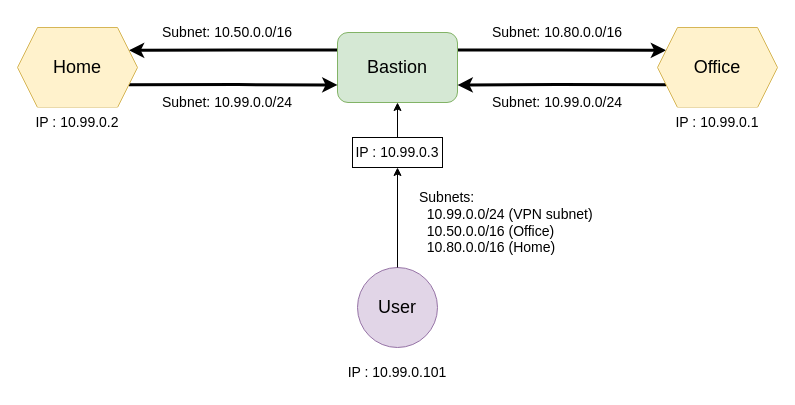
Earlier version of the draw.io diagram images/wireguard-subnet.drawio (awkto/HowTos). Source tidied: cells renumbered, new cells numbered last; positions are measured from the earlier drawing's top-left corner, leaving out a move shared by most shapes. Both pictures are drawn from the tidied source at 100%, with x=0, y=0 at pixel (17, 17).
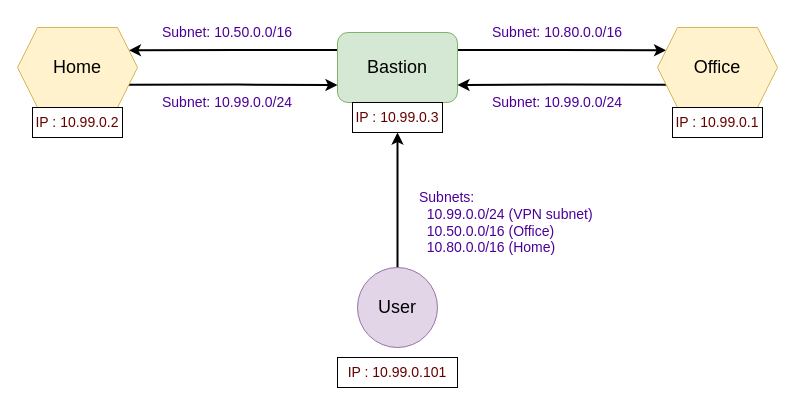
The same diagram, later.

Unchanged cells that the change refers to:
```xml
<mxCell id="4" value="Bastion" style="rounded=1;whiteSpace=wrap;html=1;fontSize=18;fillColor=#d5e8d4;strokeColor=#82b366;" parent="1" vertex="1">
  <mxGeometry x="320" y="15" width="120" height="70" as="geometry" />
</mxCell>
<mxCell id="6" value="Office" style="shape=hexagon;perimeter=hexagonPerimeter2;whiteSpace=wrap;html=1;fixedSize=1;fontSize=18;fillColor=#fff2cc;strokeColor=#d6b656;" parent="1" vertex="1">
  <mxGeometry x="640" y="10" width="120" height="80" as="geometry" />
</mxCell>
<mxCell id="8" value="Home" style="shape=hexagon;perimeter=hexagonPerimeter2;whiteSpace=wrap;html=1;fixedSize=1;fontSize=18;fillColor=#fff2cc;strokeColor=#d6b656;" parent="1" vertex="1">
  <mxGeometry y="10" width="120" height="80" as="geometry" />
</mxCell>
<mxCell id="10" value="User" style="ellipse;whiteSpace=wrap;html=1;fontSize=18;fillColor=#e1d5e7;strokeColor=#9673a6;" parent="1" vertex="1">
  <mxGeometry x="340" y="250" width="80" height="80" as="geometry" />
</mxCell>
```

What changed in the source:
```diff
@@
-    <mxCell id="2" style="edgeStyle=orthogonalEdgeStyle;rounded=0;jettySize=auto;html=1;entryX=1;entryY=0.25;entryDx=0;entryDy=0;strokeWidth=3;exitX=0;exitY=0.25;exitDx=0;exitDy=0;" parent="1" edge="1" source="4" target="8">
+    <mxCell id="2" style="edgeStyle=orthogonalEdgeStyle;rounded=0;jettySize=auto;html=1;entryX=1;entryY=0.25;entryDx=0;entryDy=0;strokeWidth=2;exitX=0;exitY=0.25;exitDx=0;exitDy=0;" parent="1" edge="1" source="4" target="8">
       <mxGeometry relative="1" as="geometry" />
     </mxCell>
-    <mxCell id="3" style="edgeStyle=orthogonalEdgeStyle;rounded=0;jettySize=auto;html=1;exitX=1;exitY=0.25;exitDx=0;exitDy=0;entryX=0;entryY=0.25;entryDx=0;entryDy=0;strokeWidth=3;" parent="1" edge="1" source="4" target="6">
+    <mxCell id="3" style="edgeStyle=orthogonalEdgeStyle;rounded=0;jettySize=auto;html=1;exitX=1;exitY=0.25;exitDx=0;exitDy=0;entryX=0;entryY=0.25;entryDx=0;entryDy=0;strokeWidth=2;" parent="1" edge="1" source="4" target="6">
       <mxGeometry relative="1" as="geometry" />
     </mxCell>
@@
-    <mxCell id="5" style="edgeStyle=orthogonalEdgeStyle;rounded=0;jettySize=auto;html=1;exitX=0;exitY=0.75;exitDx=0;exitDy=0;entryX=1;entryY=0.75;entryDx=0;entryDy=0;strokeWidth=3;" parent="1" edge="1" source="6" target="4">
+    <mxCell id="5" style="edgeStyle=orthogonalEdgeStyle;rounded=0;jettySize=auto;html=1;exitX=0;exitY=0.75;exitDx=0;exitDy=0;entryX=1;entryY=0.75;entryDx=0;entryDy=0;strokeWidth=2;" parent="1" edge="1" source="6" target="4">
       <mxGeometry relative="1" as="geometry" />
     </mxCell>
@@
-    <mxCell id="7" style="edgeStyle=orthogonalEdgeStyle;rounded=0;jettySize=auto;html=1;exitX=1;exitY=0.75;exitDx=0;exitDy=0;entryX=0;entryY=0.75;entryDx=0;entryDy=0;strokeWidth=3;" parent="1" edge="1" source="8" target="4">
+    <mxCell id="7" style="edgeStyle=orthogonalEdgeStyle;rounded=0;jettySize=auto;html=1;exitX=1;exitY=0.75;exitDx=0;exitDy=0;entryX=0;entryY=0.75;entryDx=0;entryDy=0;strokeWidth=2;" parent="1" edge="1" source="8" target="4">
       <mxGeometry relative="1" as="geometry" />
     </mxCell>
@@
-    <mxCell id="9" style="edgeStyle=orthogonalEdgeStyle;rounded=0;jettySize=auto;html=1;entryX=0.5;entryY=1;entryDx=0;entryDy=0;" parent="1" edge="1" source="18" target="4">
-      <mxGeometry relative="1" as="geometry" />
-    </mxCell>
+    <mxCell id="17" style="edgeStyle=orthogonalEdgeStyle;rounded=0;jettySize=auto;html=1;exitX=0.5;exitY=0;exitDx=0;exitDy=0;entryX=0.5;entryY=1;entryDx=0;entryDy=0;fontSize=16;strokeWidth=2;" parent="1" edge="1" source="10" target="18">
+      <mxGeometry relative="1" as="geometry" />
+    </mxCell>
@@
-    <mxCell id="11" value="IP : 10.99.0.2" style="text;html=1;align=center;verticalAlign=middle;whiteSpace=wrap;rounded=0;fontSize=14;fillColor=default;" parent="1" vertex="1">
+    <mxCell id="11" value="IP : 10.99.0.2" style="text;html=1;align=center;verticalAlign=middle;whiteSpace=wrap;rounded=0;fontSize=14;fillColor=default;fontColor=#660000;strokeColor=default;" parent="1" vertex="1">
       <mxGeometry x="15" y="90" width="90" height="30" as="geometry" />
     </mxCell>
-    <mxCell id="12" value="IP : 10.99.0.1" style="text;html=1;align=center;verticalAlign=middle;whiteSpace=wrap;rounded=0;fontSize=14;fillColor=default;" parent="1" vertex="1">
+    <mxCell id="12" value="IP : 10.99.0.1" style="text;html=1;align=center;verticalAlign=middle;whiteSpace=wrap;rounded=0;fontSize=14;fillColor=default;fontColor=#660000;strokeColor=default;" parent="1" vertex="1">
       <mxGeometry x="655" y="90" width="90" height="30" as="geometry" />
     </mxCell>
-    <mxCell id="13" value="IP : 10.99.0.101" style="text;html=1;align=center;verticalAlign=middle;whiteSpace=wrap;rounded=0;fontSize=14;" parent="1" vertex="1">
+    <mxCell id="13" value="IP : 10.99.0.101" style="text;html=1;align=center;verticalAlign=middle;whiteSpace=wrap;rounded=0;fontSize=14;fontColor=#660000;strokeColor=default;" parent="1" vertex="1">
       <mxGeometry x="320" y="340" width="120" height="30" as="geometry" />
     </mxCell>
-    <mxCell id="14" value="Subnet: 10.50.0.0/16" style="text;html=1;align=center;verticalAlign=middle;whiteSpace=wrap;rounded=0;fontSize=14;fillColor=default;" parent="1" vertex="1">
+    <mxCell id="14" value="Subnet: 10.50.0.0/16" style="text;html=1;align=center;verticalAlign=middle;whiteSpace=wrap;rounded=0;fontSize=14;fillColor=default;fontColor=#4C0099;" parent="1" vertex="1">
       <mxGeometry x="130" width="160" height="30" as="geometry" />
     </mxCell>
-    <mxCell id="15" value="Subnet: 10.80.0.0/16" style="text;html=1;align=center;verticalAlign=middle;whiteSpace=wrap;rounded=0;fontSize=14;fillColor=default;" parent="1" vertex="1">
+    <mxCell id="15" value="Subnet: 10.80.0.0/16" style="text;html=1;align=center;verticalAlign=middle;whiteSpace=wrap;rounded=0;fontSize=14;fillColor=default;fontColor=#4C0099;" parent="1" vertex="1">
       <mxGeometry x="460" width="160" height="30" as="geometry" />
     </mxCell>
-    <mxCell id="16" value="Subnets:&amp;nbsp;&lt;div&gt;&lt;div&gt;&amp;nbsp; 10.99.0.0/24 (VPN subnet)&lt;/div&gt;&lt;div&gt;&amp;nbsp; 10.50.0.0/16 (Office)&lt;/div&gt;&lt;div&gt;&amp;nbsp; 10.80.0.0/16 (Home)&lt;/div&gt;&lt;/div&gt;" style="text;html=1;align=left;verticalAlign=middle;whiteSpace=wrap;rounded=0;fontSize=14;fillColor=default;" parent="1" vertex="1">
+    <mxCell id="16" value="Subnets:&amp;nbsp;&lt;div&gt;&lt;div&gt;&amp;nbsp; 10.99.0.0/24 (VPN subnet)&lt;/div&gt;&lt;div&gt;&amp;nbsp; 10.50.0.0/16 (Office)&lt;/div&gt;&lt;div&gt;&amp;nbsp; 10.80.0.0/16 (Home)&lt;/div&gt;&lt;/div&gt;" style="text;html=1;align=left;verticalAlign=middle;whiteSpace=wrap;rounded=0;fontSize=14;fillColor=default;fontStyle=0;fontColor=#4C0099;" parent="1" vertex="1">
       <mxGeometry x="400" y="160" width="180" height="90" as="geometry" />
     </mxCell>
-    <mxCell id="17" style="edgeStyle=orthogonalEdgeStyle;rounded=0;jettySize=auto;html=1;entryX=0.5;entryY=1;entryDx=0;entryDy=0;" parent="1" edge="1" source="10" target="18">
-      <mxGeometry relative="1" as="geometry" />
-    </mxCell>
-    <mxCell id="18" value="IP : 10.99.0.3" style="text;html=1;align=center;verticalAlign=middle;whiteSpace=wrap;rounded=0;fontSize=14;fillColor=default;strokeColor=default;" parent="1" vertex="1">
-      <mxGeometry x="335" y="120" width="90" height="30" as="geometry" />
+    <mxCell id="18" value="IP : 10.99.0.3" style="text;html=1;align=center;verticalAlign=middle;whiteSpace=wrap;rounded=0;fontSize=14;fillColor=default;strokeColor=default;fontColor=#660000;" parent="1" vertex="1">
+      <mxGeometry x="335" y="85" width="90" height="30" as="geometry" />
     </mxCell>
-    <mxCell id="19" value="Subnet: 10.99.0.0/24" style="text;html=1;align=center;verticalAlign=middle;whiteSpace=wrap;rounded=0;fontSize=14;fillColor=default;" parent="1" vertex="1">
+    <mxCell id="19" value="Subnet: 10.99.0.0/24" style="text;html=1;align=center;verticalAlign=middle;whiteSpace=wrap;rounded=0;fontSize=14;fillColor=default;fontColor=#4C0099;" parent="1" vertex="1">
       <mxGeometry x="130" y="70" width="160" height="30" as="geometry" />
     </mxCell>
-    <mxCell id="20" value="Subnet: 10.99.0.0/24" style="text;html=1;align=center;verticalAlign=middle;whiteSpace=wrap;rounded=0;fontSize=14;fillColor=default;" parent="1" vertex="1">
+    <mxCell id="20" value="Subnet: 10.99.0.0/24" style="text;html=1;align=center;verticalAlign=middle;whiteSpace=wrap;rounded=0;fontSize=14;fillColor=default;fontColor=#4C0099;" parent="1" vertex="1">
       <mxGeometry x="460" y="70" width="160" height="30" as="geometry" />
     </mxCell>
```
